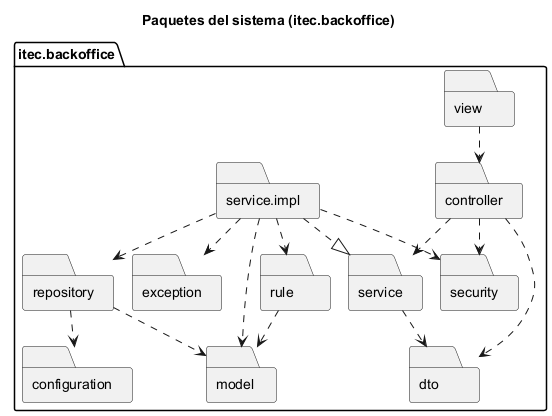
Before: document/diagramas/paquetes.png, a diagram exported from PlantUML (ISMAELALTHENOFER/BACKOFFICE-ACADEMICO-ITEC-N-1).
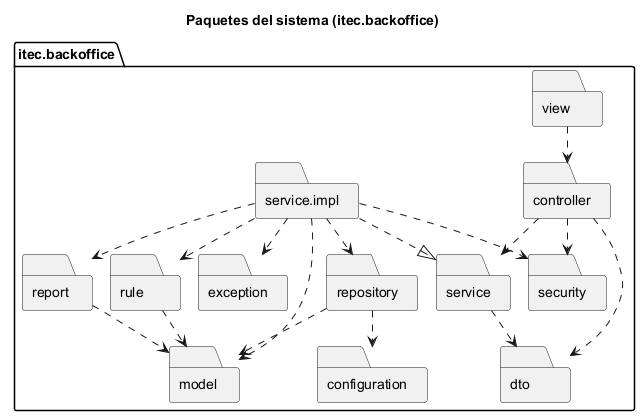
The same diagram one commit later.

The edit, as a diff of the source:
```diff
@@ -10,6 +10,7 @@
   folder "service" as srv
   folder "service.impl" as impl
   folder "rule" as rule
+  folder "report" as rep
   folder "security" as sec
   folder "model" as model
   folder "exception" as exc
@@ -23,6 +24,8 @@
 ctrl ..> sec
 impl ..|> srv
 impl ..> rule
+impl ..> rep
+rep ..> model
 impl ..> repo
 impl ..> model
 impl ..> exc
```
